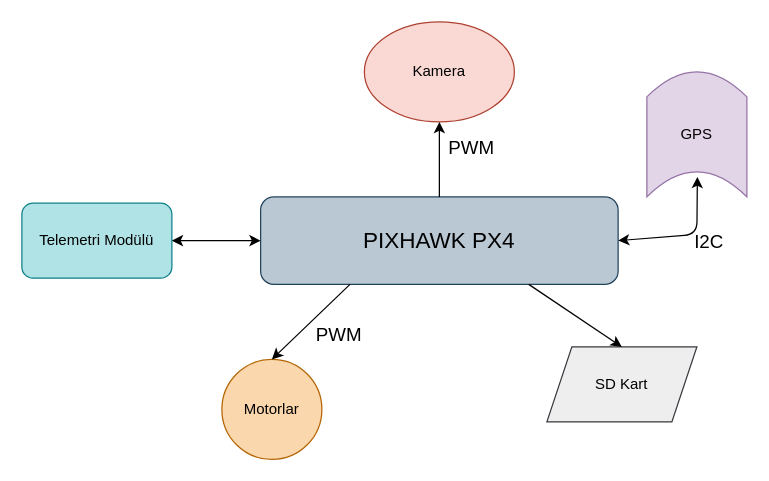
The draw.io diagram Model Satellite Diagrams/Communications-Diagram.drawio in mthaasen/My-Diagrams, before the edit. Source tidied: cells renumbered, new cells numbered last; positions are measured from the earlier drawing's top-left corner, leaving out a move shared by most shapes. Both pictures are drawn from the tidied source at 125%, with x=0, y=0 at pixel (21, 21).
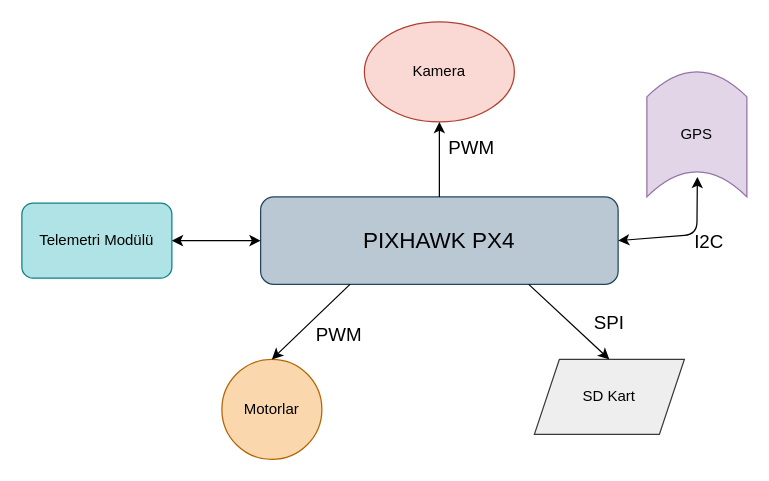
Above is the later version.

What changed in the source:
```diff
@@
 <mxGraphModel>
   <root>
     <mxCell id="0" />
     <mxCell id="1" parent="0" />
     <mxCell id="2" value="&lt;font style=&quot;font-size: 18px&quot;&gt;PIXHAWK PX4&lt;/font&gt;" style="rounded=1;whiteSpace=wrap;html=1;fillColor=#bac8d3;strokeColor=#23445d;" parent="1" vertex="1">
       <mxGeometry x="191" y="140" width="286" height="70" as="geometry" />
     </mxCell>
     <mxCell id="3" value="Kamera" style="ellipse;whiteSpace=wrap;html=1;fillColor=#fad9d5;strokeColor=#ae4132;" parent="1" vertex="1">
       <mxGeometry x="274" width="120" height="80" as="geometry" />
     </mxCell>
     <mxCell id="4" value="Telemetri Modülü" style="rounded=1;whiteSpace=wrap;html=1;fillColor=#b0e3e6;strokeColor=#0e8088;" parent="1" vertex="1">
       <mxGeometry y="145" width="120" height="60" as="geometry" />
     </mxCell>
     <mxCell id="5" style="endArrow=classic;startArrow=classic;html=1;entryX=0;entryY=0.5;entryDx=0;entryDy=0;exitX=1;exitY=0.5;exitDx=0;exitDy=0;" parent="1" edge="1" source="4" target="2">
       <mxGeometry relative="1" as="geometry" />
     </mxCell>
     <mxCell id="6" value="Motorlar" style="ellipse;whiteSpace=wrap;html=1;fillColor=#fad7ac;strokeColor=#b46504;" parent="1" vertex="1">
       <mxGeometry x="160" y="270" width="80" height="80" as="geometry" />
     </mxCell>
     <mxCell id="7" style="endArrow=classic;html=1;entryX=0.5;entryY=0;entryDx=0;entryDy=0;exitX=0.25;exitY=1;exitDx=0;exitDy=0;" parent="1" edge="1" source="2" target="6">
       <mxGeometry relative="1" as="geometry" />
     </mxCell>
     <mxCell id="8" value="SD Kart" style="shape=parallelogram;perimeter=parallelogramPerimeter;whiteSpace=wrap;html=1;fixedSize=1;fillColor=#eeeeee;strokeColor=#36393d;" parent="1" vertex="1">
-      <mxGeometry x="420" y="260" width="120" height="60" as="geometry" />
+      <mxGeometry x="410" y="270" width="120" height="60" as="geometry" />
     </mxCell>
     <mxCell id="9" style="endArrow=classic;html=1;entryX=0.5;entryY=0;entryDx=0;entryDy=0;exitX=0.75;exitY=1;exitDx=0;exitDy=0;" parent="1" edge="1" source="2" target="8">
       <mxGeometry relative="1" as="geometry" />
     </mxCell>
     <mxCell id="10" value="GPS&lt;br&gt;" style="shape=dataStorage;whiteSpace=wrap;html=1;fixedSize=1;rotation=90;horizontal=0;verticalAlign=middle;flipH=0;flipV=0;fillColor=#e1d5e7;strokeColor=#9673a6;" parent="1" vertex="1">
       <mxGeometry x="490" y="50" width="100" height="80" as="geometry" />
     </mxCell>
     <mxCell id="11" style="endArrow=classic;startArrow=classic;html=1;exitX=1;exitY=0.5;exitDx=0;exitDy=0;entryX=0.84;entryY=0.495;entryDx=0;entryDy=0;entryPerimeter=0;" parent="1" edge="1" source="2" target="10">
       <mxGeometry relative="1" as="geometry">
         <Array as="points">
           <mxPoint x="540" y="170" />
         </Array>
       </mxGeometry>
     </mxCell>
     <mxCell id="12" value="&lt;font style=&quot;font-size: 15px&quot;&gt;I2C&lt;/font&gt;" style="text;html=1;strokeColor=none;fillColor=none;align=center;verticalAlign=middle;whiteSpace=wrap;rounded=0;" parent="1" vertex="1">
       <mxGeometry x="530" y="165" width="40" height="20" as="geometry" />
     </mxCell>
     <mxCell id="13" value="&lt;font style=&quot;font-size: 15px&quot;&gt;PWM&lt;/font&gt;" style="text;html=1;strokeColor=none;fillColor=none;align=center;verticalAlign=middle;whiteSpace=wrap;rounded=0;" parent="1" vertex="1">
       <mxGeometry x="234" y="240" width="40" height="20" as="geometry" />
     </mxCell>
     <mxCell id="14" value="&lt;font style=&quot;font-size: 15px&quot;&gt;PWM&lt;/font&gt;" style="text;html=1;strokeColor=none;fillColor=none;align=center;verticalAlign=middle;whiteSpace=wrap;rounded=0;" parent="1" vertex="1">
       <mxGeometry x="340" y="90" width="40" height="20" as="geometry" />
     </mxCell>
     <mxCell id="15" style="endArrow=classic;html=1;exitX=0.5;exitY=0;exitDx=0;exitDy=0;entryX=0.5;entryY=1;entryDx=0;entryDy=0;" parent="1" edge="1" source="2" target="3">
       <mxGeometry relative="1" as="geometry" />
     </mxCell>
+    <mxCell id="16" value="&lt;font style=&quot;font-size: 15px&quot;&gt;SPI&lt;/font&gt;" style="text;html=1;strokeColor=none;fillColor=none;align=center;verticalAlign=middle;whiteSpace=wrap;rounded=0;" parent="1" vertex="1">
+      <mxGeometry x="450" y="230" width="40" height="20" as="geometry" />
+    </mxCell>
   </root>
 </mxGraphModel>
```
